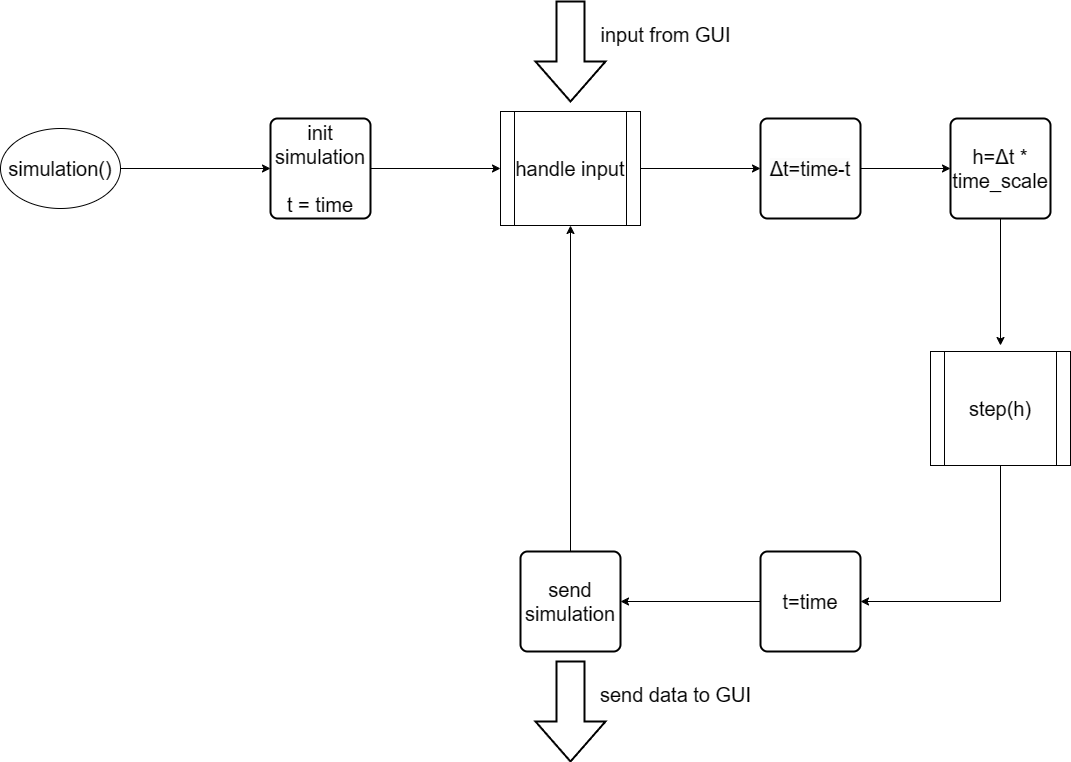
DerGorn/InterstellareSimulation keeps this draw.io diagram as Final/simulation.png. Above is the earlier version. Source tidied: cells renumbered, new cells last; positions are measured from the earlier drawing's top-left corner, leaving out a move shared by most shapes.
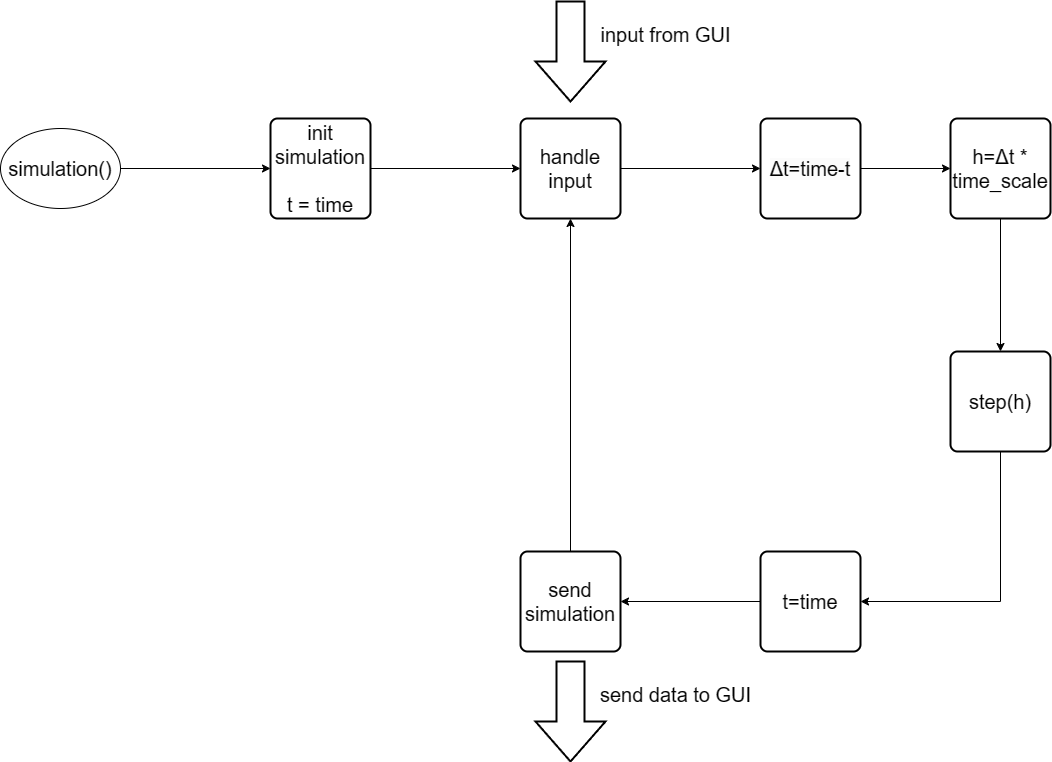
The same diagram one commit later.

Change to the diagram source:
```diff
@@ -14,15 +14,13 @@
     <mxCell id="5" value="&lt;font style=&quot;font-size: 20px;&quot;&gt;init simulation&lt;br&gt;&lt;br&gt;t = time&lt;/font&gt;" style="rounded=1;whiteSpace=wrap;html=1;absoluteArcSize=1;arcSize=14;strokeWidth=2;" parent="1" vertex="1">
       <mxGeometry x="270" y="117" width="100" height="100" as="geometry" />
     </mxCell>
-    <mxCell id="6" style="edgeStyle=orthogonalEdgeStyle;rounded=0;jettySize=auto;html=1;entryX=0.5;entryY=0;entryDx=0;entryDy=0;" parent="1" edge="1" source="7">
-      <mxGeometry relative="1" as="geometry">
-        <mxPoint x="1000" y="344" as="targetPoint" />
-      </mxGeometry>
+    <mxCell id="6" style="edgeStyle=orthogonalEdgeStyle;rounded=0;jettySize=auto;html=1;entryX=0.5;entryY=0;entryDx=0;entryDy=0;" parent="1" edge="1" source="7" target="17">
+      <mxGeometry relative="1" as="geometry" />
     </mxCell>
     <mxCell id="7" value="&lt;font style=&quot;font-size: 20px;&quot;&gt;h=Δt * time_scale&lt;/font&gt;" style="rounded=1;whiteSpace=wrap;html=1;absoluteArcSize=1;arcSize=14;strokeWidth=2;" parent="1" vertex="1">
       <mxGeometry x="950" y="117" width="100" height="100" as="geometry" />
     </mxCell>
-    <mxCell id="8" style="edgeStyle=orthogonalEdgeStyle;rounded=0;jettySize=auto;html=1;" parent="1" edge="1" source="9" target="15">
+    <mxCell id="8" style="edgeStyle=orthogonalEdgeStyle;rounded=0;jettySize=auto;html=1;entryX=0.5;entryY=1;entryDx=0;entryDy=0;" parent="1" edge="1" source="9" target="15">
       <mxGeometry relative="1" as="geometry" />
     </mxCell>
     <mxCell id="9" value="&lt;font style=&quot;font-size: 20px;&quot;&gt;send simulation&lt;/font&gt;" style="rounded=1;whiteSpace=wrap;html=1;absoluteArcSize=1;arcSize=14;strokeWidth=2;" parent="1" vertex="1">
@@ -40,18 +38,12 @@
     <mxCell id="13" value="&lt;font style=&quot;font-size: 20px;&quot;&gt;send data to GUI&lt;/font&gt;" style="text;html=1;align=center;verticalAlign=middle;strokeColor=none;fillColor=none;" parent="1" vertex="1">
       <mxGeometry x="590" y="673" width="170" height="40" as="geometry" />
     </mxCell>
-    <mxCell id="14" style="edgeStyle=orthogonalEdgeStyle;rounded=0;jettySize=auto;html=1;entryX=0;entryY=0.5;entryDx=0;entryDy=0;" parent="1" edge="1" source="15" target="19">
+    <mxCell id="14" style="edgeStyle=orthogonalEdgeStyle;rounded=0;jettySize=auto;html=1;entryX=0;entryY=0.5;entryDx=0;entryDy=0;exitX=1;exitY=0.5;exitDx=0;exitDy=0;" parent="1" edge="1" source="15" target="19">
       <mxGeometry relative="1" as="geometry" />
     </mxCell>
-    <mxCell id="15" value="handle input" style="shape=process;whiteSpace=wrap;html=1;backgroundOutline=1;fontSize=20;" parent="1" vertex="1">
-      <mxGeometry x="500" y="110" width="140" height="114" as="geometry" />
-    </mxCell>
     <mxCell id="16" style="edgeStyle=orthogonalEdgeStyle;rounded=0;jettySize=auto;html=1;entryX=1;entryY=0.5;entryDx=0;entryDy=0;exitX=0.5;exitY=1;exitDx=0;exitDy=0;" parent="1" edge="1" source="17" target="21">
       <mxGeometry relative="1" as="geometry" />
     </mxCell>
-    <mxCell id="17" value="step(h)" style="shape=process;whiteSpace=wrap;html=1;backgroundOutline=1;fontSize=20;" parent="1" vertex="1">
-      <mxGeometry x="930" y="350" width="140" height="114" as="geometry" />
-    </mxCell>
     <mxCell id="18" style="edgeStyle=orthogonalEdgeStyle;rounded=0;jettySize=auto;html=1;entryX=0;entryY=0.5;entryDx=0;entryDy=0;" parent="1" edge="1" source="19" target="7">
       <mxGeometry relative="1" as="geometry" />
     </mxCell>
@@ -64,5 +56,11 @@
     <mxCell id="21" value="&lt;font style=&quot;font-size: 20px;&quot;&gt;t=time&lt;/font&gt;" style="rounded=1;whiteSpace=wrap;html=1;absoluteArcSize=1;arcSize=14;strokeWidth=2;" parent="1" vertex="1">
       <mxGeometry x="760" y="550" width="100" height="100" as="geometry" />
     </mxCell>
+    <mxCell id="17" value="&lt;font style=&quot;font-size: 20px;&quot;&gt;step(h)&lt;/font&gt;" style="rounded=1;whiteSpace=wrap;html=1;absoluteArcSize=1;arcSize=14;strokeWidth=2;" parent="1" vertex="1">
+      <mxGeometry x="950" y="350" width="100" height="100" as="geometry" />
+    </mxCell>
+    <mxCell id="15" value="&lt;font style=&quot;font-size: 20px;&quot;&gt;handle input&lt;/font&gt;" style="rounded=1;whiteSpace=wrap;html=1;absoluteArcSize=1;arcSize=14;strokeWidth=2;" parent="1" vertex="1">
+      <mxGeometry x="520" y="117" width="100" height="100" as="geometry" />
+    </mxCell>
   </root>
 </mxGraphModel>
```
